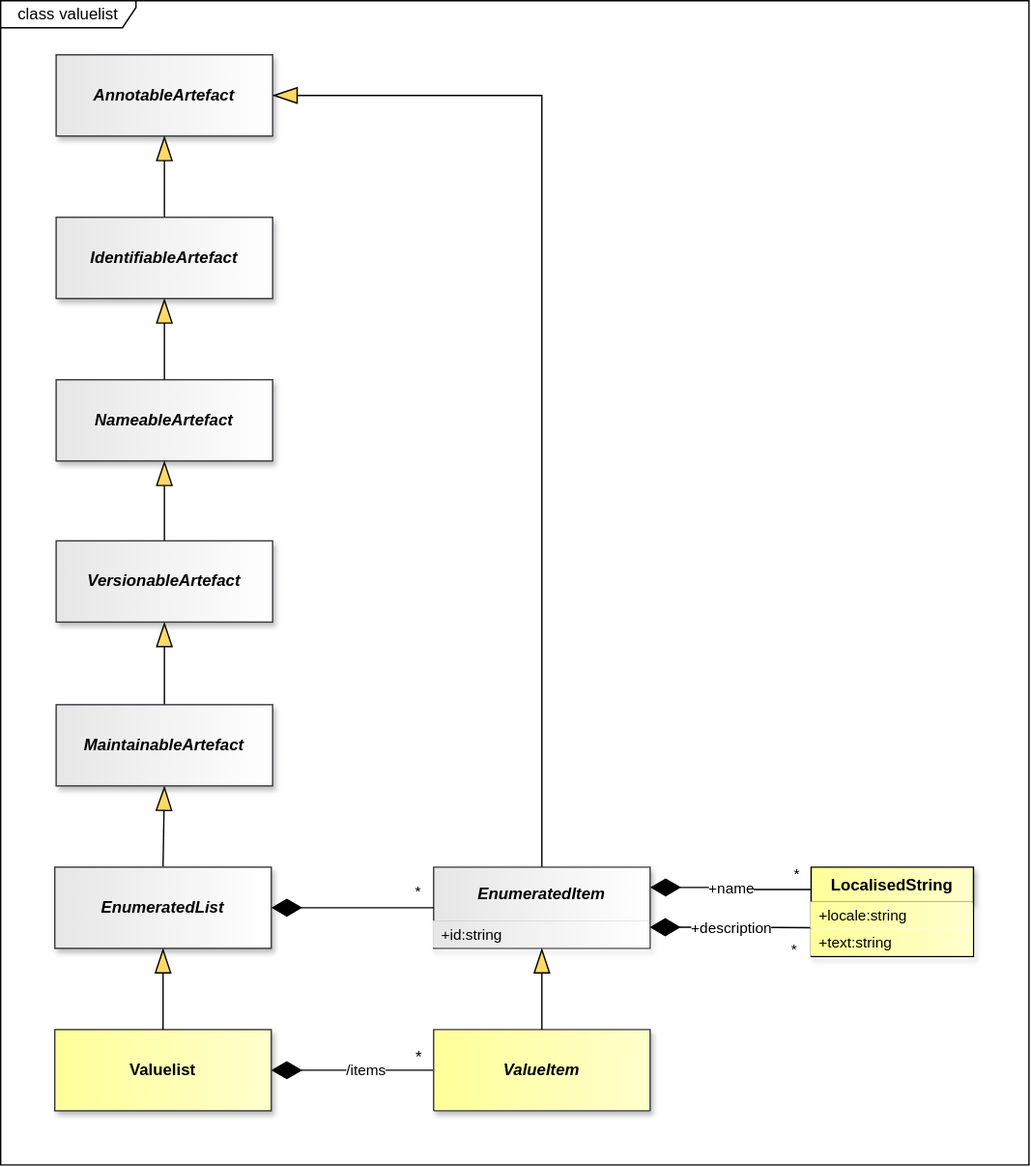
This is docs/information_model/media/sdmx_codelist-valuelist.svg from sdmx-twg/sdmx-im, a draw.io export, as it was before one commit. Source tidied: cells renumbered, new cells last; positions are measured from the earlier drawing's top-left corner, leaving out a move shared by most shapes.
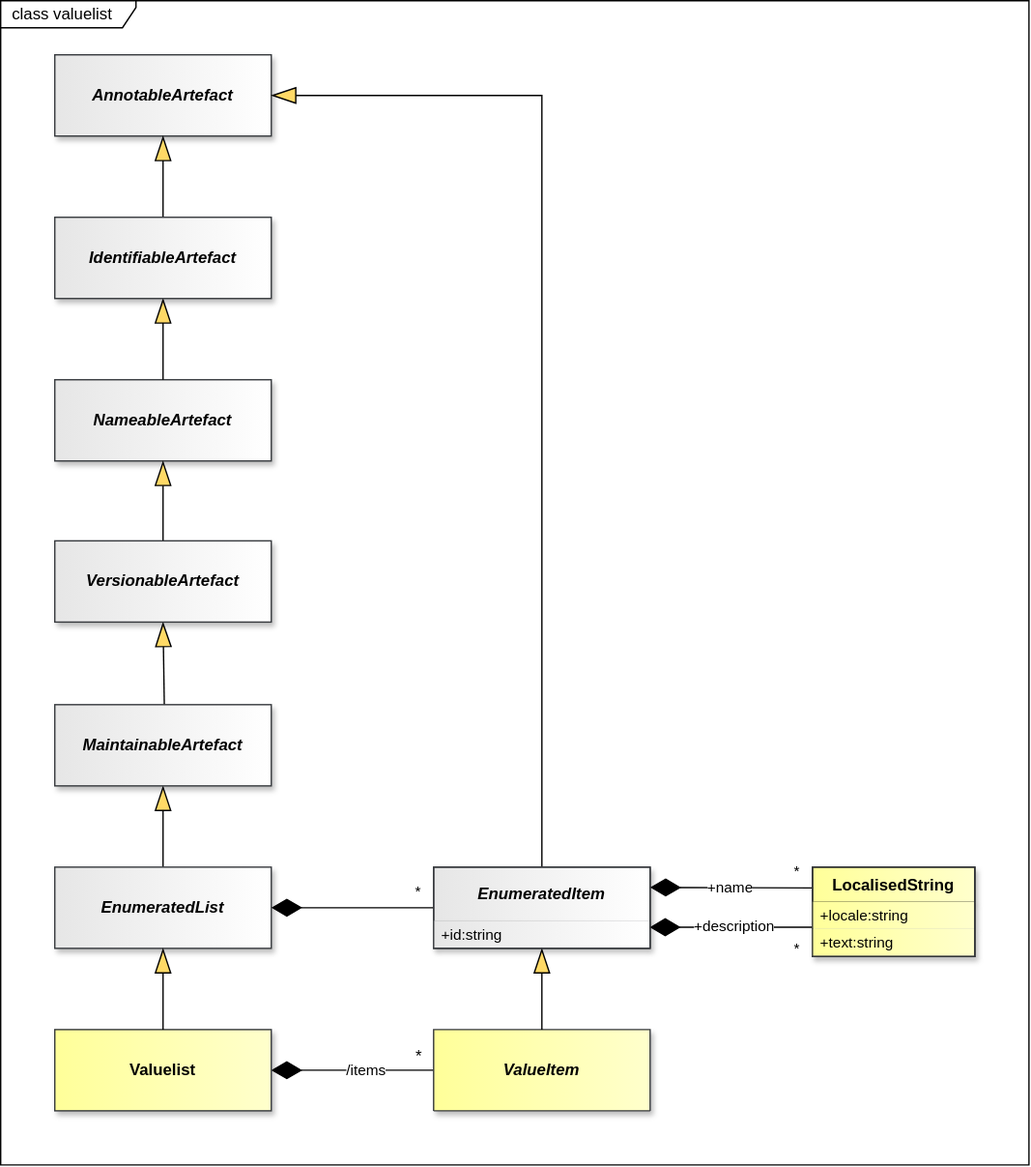
Above is the later version.

What changed in the source:
```diff
@@ -2,7 +2,7 @@
   <root>
     <mxCell id="0" />
     <mxCell id="1" parent="0" />
-    <mxCell id="2" value="class valuelist" style="shape=umlFrame;whiteSpace=wrap;html=1;fillColor=light-dark(#FFFFFF,#121212);swimlaneFillColor=light-dark(#FFFFFF,#121212);width=100;height=20;" parent="1" vertex="1">
+    <mxCell id="2" value="&amp;nbsp; class valuelist" style="shape=umlFrame;whiteSpace=wrap;html=1;fillColor=light-dark(#FFFFFF,#121212);swimlaneFillColor=light-dark(#FFFFFF,#121212);width=100;height=20;align=left;" parent="1" vertex="1">
       <mxGeometry width="760" height="860" as="geometry" />
     </mxCell>
     <mxCell id="3" style="endArrow=none;" parent="1" edge="1">
@@ -75,7 +75,7 @@
       <mxGeometry relative="1" as="geometry" />
     </mxCell>
     <mxCell id="26" value="NameableArtefact" style="whiteSpace=wrap;html=1;verticalAlign=middle;gradientDirection=east;imageVerticalAlign=top;fontStyle=3;fillColor=light-dark(#E6E6E6,#E6E6E6);strokeColor=#36393d;fontColor=light-dark(#000000,#000000);gradientColor=light-dark(#FFFFFF,#FFFFFF);shadow=1;" parent="1" vertex="1">
-      <mxGeometry x="41" y="280" width="160" height="60" as="geometry" />
+      <mxGeometry x="40" y="280" width="160" height="60" as="geometry" />
     </mxCell>
     <mxCell id="27" style="endArrow=blockThin;endSize=16;endFill=1;html=1;rounded=0;exitX=0.5;exitY=0;exitDx=0;exitDy=0;startFill=0;endFillColor=light-dark(#FFD966,#FFD966);strokeColor=light-dark(#000000,#FFFFFF);startFillColor=light-dark(#000000,#FFFFFF);labelBackgroundColor=none;labelBorderColor=light-dark(#000000,#FFFFFF);entryX=0.5;entryY=1;entryDx=0;entryDy=0;" parent="1" edge="1" source="26" target="33">
       <mxGeometry relative="1" as="geometry" />
@@ -92,19 +92,19 @@
       <mxGeometry x="-0.73" relative="1" as="geometry" />
     </mxCell>
     <mxCell id="31" value="&lt;span&gt;&lt;span&gt;AnnotableArtefact&lt;/span&gt;&lt;/span&gt;" style="whiteSpace=wrap;html=1;verticalAlign=middle;gradientDirection=east;imageVerticalAlign=top;fontStyle=3;fillColor=light-dark(#E6E6E6,#E6E6E6);strokeColor=#36393d;fontColor=light-dark(#000000,#000000);gradientColor=light-dark(#FFFFFF,#FFFFFF);shadow=1;" parent="1" vertex="1">
-      <mxGeometry x="41" y="40" width="160" height="60" as="geometry" />
+      <mxGeometry x="40" y="40" width="160" height="60" as="geometry" />
     </mxCell>
     <mxCell id="32" style="endArrow=blockThin;endSize=16;endFill=1;html=1;rounded=0;entryX=0.5;entryY=1;entryDx=0;entryDy=0;exitX=0.5;exitY=0;exitDx=0;exitDy=0;startFill=0;endFillColor=light-dark(#FFD966,#FFD966);strokeColor=light-dark(#000000,#FFFFFF);startFillColor=light-dark(#000000,#FFFFFF);labelBackgroundColor=none;labelBorderColor=light-dark(#000000,#FFFFFF);" parent="1" edge="1" source="33" target="31">
       <mxGeometry relative="1" as="geometry" />
     </mxCell>
     <mxCell id="33" value="IdentifiableArtefact" style="whiteSpace=wrap;html=1;verticalAlign=middle;gradientDirection=east;imageVerticalAlign=top;fontStyle=3;fillColor=light-dark(#E6E6E6,#E6E6E6);strokeColor=#36393d;fontColor=light-dark(#000000,#000000);gradientColor=light-dark(#FFFFFF,#FFFFFF);shadow=1;" parent="1" vertex="1">
-      <mxGeometry x="41" y="160" width="160" height="60" as="geometry" />
+      <mxGeometry x="40" y="160" width="160" height="60" as="geometry" />
     </mxCell>
     <mxCell id="34" value="VersionableArtefact" style="whiteSpace=wrap;html=1;verticalAlign=middle;gradientDirection=east;imageVerticalAlign=top;fontStyle=3;fillColor=light-dark(#E6E6E6,#E6E6E6);strokeColor=#36393d;fontColor=light-dark(#000000,#000000);gradientColor=light-dark(#FFFFFF,#FFFFFF);shadow=1;" parent="1" vertex="1">
-      <mxGeometry x="41" y="399" width="160" height="60" as="geometry" />
+      <mxGeometry x="40" y="399" width="160" height="60" as="geometry" />
     </mxCell>
     <mxCell id="35" value="MaintainableArtefact" style="whiteSpace=wrap;html=1;verticalAlign=middle;gradientDirection=east;imageVerticalAlign=top;fontStyle=3;fillColor=light-dark(#E6E6E6,#E6E6E6);strokeColor=#36393d;fontColor=light-dark(#000000,#000000);gradientColor=light-dark(#FFFFFF,#FFFFFF);shadow=1;" parent="1" vertex="1">
-      <mxGeometry x="41" y="520" width="160" height="60" as="geometry" />
+      <mxGeometry x="40" y="520" width="160" height="60" as="geometry" />
     </mxCell>
     <mxCell id="36" value="EnumeratedList" style="whiteSpace=wrap;html=1;verticalAlign=middle;gradientDirection=east;imageVerticalAlign=top;fontStyle=3;fillColor=light-dark(#E6E6E6,#E6E6E6);strokeColor=#36393d;fontColor=light-dark(#000000,#000000);gradientColor=light-dark(#FFFFFF,#FFFFFF);shadow=1;" parent="1" vertex="1">
       <mxGeometry x="40" y="640" width="160" height="60" as="geometry" />
@@ -112,7 +112,7 @@
     <mxCell id="37" value="EnumeratedItem" style="swimlane;fontStyle=3;align=center;verticalAlign=middle;horizontal=1;startSize=40;whiteSpace=wrap;html=1;strokeColor=#36393d;fontFamily=Helvetica;fontSize=12;fillColor=light-dark(#E6E6E6,#E6E6E6);gradientDirection=east;gradientColor=light-dark(#FFFFFF,#FFFFFF);fontColor=light-dark(#000000,#000000);shadow=1;" parent="1" vertex="1">
       <mxGeometry x="320" y="640" width="160" height="60" as="geometry" />
     </mxCell>
-    <mxCell id="38" value="+id:string" style="text;strokeColor=none;fillColor=light-dark(#E6E6E6,#E6E6E6);align=left;verticalAlign=middle;spacingLeft=4;spacingRight=4;overflow=hidden;points=[[0,0.5],[1,0.5]];portConstraint=eastwest;whiteSpace=wrap;html=1;fontFamily=Helvetica;fontSize=11;fontColor=light-dark(#000000,#000000);fontStyle=0;gradientColor=light-dark(#FFFFFF,#FFFFFF);gradientDirection=east;" parent="37" vertex="1">
+    <mxCell id="38" value="+id:string" style="text;strokeColor=none;fillColor=light-dark(#E6E6E6,#E6E6E6);align=left;verticalAlign=middle;spacingLeft=4;spacingRight=4;overflow=hidden;points=[[0,0.5],[1,0.5]];portConstraint=eastwest;whiteSpace=wrap;html=1;fontFamily=Helvetica;fontSize=11;fontColor=light-dark(#000000,#000000);fontStyle=0;gradientColor=light-dark(#FFFFFF,#FFFFFF);gradientDirection=east;shadow=1;" parent="37" vertex="1">
       <mxGeometry y="40" width="160" height="20" as="geometry" />
     </mxCell>
     <mxCell id="39" style="endArrow=none;html=1;endSize=12;startArrow=diamondThin;startSize=20;startFill=1;edgeStyle=orthogonalEdgeStyle;rounded=0;exitX=1;exitY=0.5;exitDx=0;exitDy=0;endFill=0;strokeColor=light-dark(#000000,#FFFFFF);fontColor=light-dark(#000000,#FFFFFF);labelBackgroundColor=none;entryX=0;entryY=0.5;entryDx=0;entryDy=0;" parent="1" edge="1" source="36" target="37">
@@ -150,15 +150,15 @@
       <mxGeometry x="320" y="760" width="160" height="60" as="geometry" />
     </mxCell>
     <mxCell id="47" value="LocalisedString" style="swimlane;fontStyle=1;align=center;verticalAlign=top;horizontal=1;startSize=26;whiteSpace=wrap;html=1;fillColor=light-dark(#FFFF99,#FFFF99);strokeColor=light-dark(#000000,#000000);gradientDirection=east;swimlaneLine=1;fontColor=light-dark(#000000,#000000);labelBackgroundColor=none;textShadow=0;gradientColor=light-dark(#FFFFCC,#FFFFCC);shadow=1;" parent="1" vertex="1">
-      <mxGeometry x="599" y="640" width="120" height="66" as="geometry" />
+      <mxGeometry x="600" y="640" width="120" height="66" as="geometry" />
     </mxCell>
-    <mxCell id="48" value="+locale:string" style="text;strokeColor=none;fillColor=light-dark(#FFFF99,#FFFF99);align=left;verticalAlign=middle;spacingLeft=4;spacingRight=4;overflow=hidden;points=[[0,0.5],[1,0.5]];portConstraint=eastwest;whiteSpace=wrap;html=1;fontSize=11;gradientColor=light-dark(#FFFFCC,#FFFFCC);gradientDirection=east;fontColor=light-dark(#000000,#000000);strokeWidth=0;" parent="47" vertex="1">
+    <mxCell id="48" value="+locale:string" style="text;strokeColor=none;fillColor=light-dark(#FFFF99,#FFFF99);align=left;verticalAlign=middle;spacingLeft=4;spacingRight=4;overflow=hidden;points=[[0,0.5],[1,0.5]];portConstraint=eastwest;whiteSpace=wrap;html=1;fontSize=11;gradientColor=light-dark(#FFFFCC,#FFFFCC);gradientDirection=east;fontColor=light-dark(#000000,#000000);strokeWidth=0;shadow=1;" parent="47" vertex="1">
       <mxGeometry y="26" width="120" height="20" as="geometry" />
     </mxCell>
-    <mxCell id="49" value="+text:string" style="text;strokeColor=none;fillColor=light-dark(#FFFF99,#FFFF99);align=left;verticalAlign=middle;spacingLeft=4;spacingRight=4;overflow=hidden;whiteSpace=wrap;html=1;fontSize=11;gradientColor=light-dark(#FFFFCC,#FFFFCC);gradientDirection=east;fontColor=light-dark(#000000,#000000);strokeWidth=0;" parent="47" vertex="1">
+    <mxCell id="49" value="+text:string" style="text;strokeColor=none;fillColor=light-dark(#FFFF99,#FFFF99);align=left;verticalAlign=middle;spacingLeft=4;spacingRight=4;overflow=hidden;whiteSpace=wrap;html=1;fontSize=11;gradientColor=light-dark(#FFFFCC,#FFFFCC);gradientDirection=east;fontColor=light-dark(#000000,#000000);strokeWidth=0;shadow=1;" parent="47" vertex="1">
       <mxGeometry y="46" width="120" height="20" as="geometry" />
     </mxCell>
-    <mxCell id="50" value="&lt;font style=&quot;color: light-dark(rgb(0, 0, 0), rgb(255, 255, 255)); background-color: light-dark(rgb(255, 255, 255), rgb(0, 0, 0));&quot;&gt;+name&lt;/font&gt;" style="endArrow=none;html=1;endSize=12;startArrow=diamondThin;startSize=20;startFill=1;edgeStyle=orthogonalEdgeStyle;rounded=0;exitX=1;exitY=0.25;exitDx=0;exitDy=0;endFill=0;strokeColor=light-dark(#000000,#FFFFFF);fontColor=light-dark(#000000,#FFFFFF);labelBackgroundColor=none;entryX=0;entryY=0.25;entryDx=0;entryDy=0;" parent="1" edge="1" source="37" target="47">
+    <mxCell id="50" value="&lt;font style=&quot;color: light-dark(rgb(0, 0, 0), rgb(255, 255, 255)); background-color: light-dark(rgb(255, 255, 255), rgb(0, 0, 0));&quot;&gt;+name&lt;/font&gt;" style="endArrow=none;html=1;endSize=12;startArrow=diamondThin;startSize=20;startFill=1;rounded=0;exitX=1;exitY=0.25;exitDx=0;exitDy=0;endFill=0;strokeColor=light-dark(#000000,#FFFFFF);fontColor=light-dark(#000000,#FFFFFF);labelBackgroundColor=none;entryX=-0.001;entryY=0.233;entryDx=0;entryDy=0;entryPerimeter=0;" parent="1" edge="1" source="37" target="47">
       <mxGeometry x="-0.01" relative="1" as="geometry" />
     </mxCell>
     <mxCell id="51" value="*" style="edgeLabel;html=1;align=right;verticalAlign=top;labelBackgroundColor=none;fontColor=light-dark(#000000,#FFFFFF);" parent="50" vertex="1">
@@ -166,11 +166,13 @@
         <mxPoint x="-9" y="-25" as="offset" />
       </mxGeometry>
     </mxCell>
-    <mxCell id="52" value="&lt;font style=&quot;color: light-dark(rgb(0, 0, 0), rgb(255, 255, 255)); background-color: light-dark(rgb(255, 255, 255), rgb(0, 0, 0));&quot;&gt;+description&lt;/font&gt;" style="endArrow=none;html=1;endSize=12;startArrow=diamondThin;startSize=20;startFill=1;edgeStyle=orthogonalEdgeStyle;rounded=0;exitX=0.998;exitY=0.221;exitDx=0;exitDy=0;endFill=0;strokeColor=light-dark(#000000,#FFFFFF);fontColor=light-dark(#000000,#FFFFFF);labelBackgroundColor=none;entryX=-0.006;entryY=0.935;entryDx=0;entryDy=0;entryPerimeter=0;exitPerimeter=0;" parent="1" edge="1" source="38" target="48">
-      <mxGeometry x="0.03" relative="1" as="geometry" />
+    <mxCell id="52" value="&lt;font style=&quot;color: light-dark(rgb(0, 0, 0), rgb(255, 255, 255)); background-color: light-dark(rgb(255, 255, 255), rgb(0, 0, 0));&quot;&gt;+description&lt;/font&gt;" style="endArrow=none;html=1;endSize=12;startArrow=diamondThin;startSize=20;startFill=1;edgeStyle=orthogonalEdgeStyle;rounded=0;exitX=0.998;exitY=0.221;exitDx=0;exitDy=0;endFill=0;strokeColor=light-dark(#000000,#FFFFFF);fontColor=light-dark(#000000,#FFFFFF);labelBackgroundColor=none;exitPerimeter=0;" parent="1" edge="1" source="38">
+      <mxGeometry x="0.03" relative="1" as="geometry">
+        <mxPoint x="600" y="684.4" as="targetPoint" />
+      </mxGeometry>
     </mxCell>
     <mxCell id="53" value="*" style="edgeLabel;html=1;align=right;verticalAlign=top;labelBackgroundColor=none;fontColor=light-dark(#000000,#FFFFFF);" parent="52" vertex="1">
-      <mxGeometry x="1" relative="1" as="geometry">
+      <mxGeometry x="0.99" relative="1" as="geometry">
         <mxPoint x="-9" y="3" as="offset" />
       </mxGeometry>
     </mxCell>
@@ -180,5 +182,11 @@
     <mxCell id="55" style="endArrow=blockThin;endSize=16;endFill=1;html=1;rounded=0;exitX=0.5;exitY=0;exitDx=0;exitDy=0;startFill=0;endFillColor=light-dark(#FFD966,#FFD966);strokeColor=light-dark(#000000,#FFFFFF);startFillColor=light-dark(#000000,#FFFFFF);labelBackgroundColor=none;labelBorderColor=light-dark(#000000,#FFFFFF);entryX=0.5;entryY=1;entryDx=0;entryDy=0;" parent="1" edge="1" source="46" target="37">
       <mxGeometry x="-0.73" relative="1" as="geometry" />
     </mxCell>
+    <mxCell id="56" style="rounded=0;whiteSpace=wrap;html=1;fillColor=none;strokeColor=#36393D;" parent="1" vertex="1">
+      <mxGeometry x="320" y="640" width="160" height="60" as="geometry" />
+    </mxCell>
+    <mxCell id="57" style="rounded=0;whiteSpace=wrap;html=1;fillColor=none;strokeColor=#36393D;" parent="1" vertex="1">
+      <mxGeometry x="600" y="640" width="120" height="66" as="geometry" />
+    </mxCell>
   </root>
 </mxGraphModel>
```
